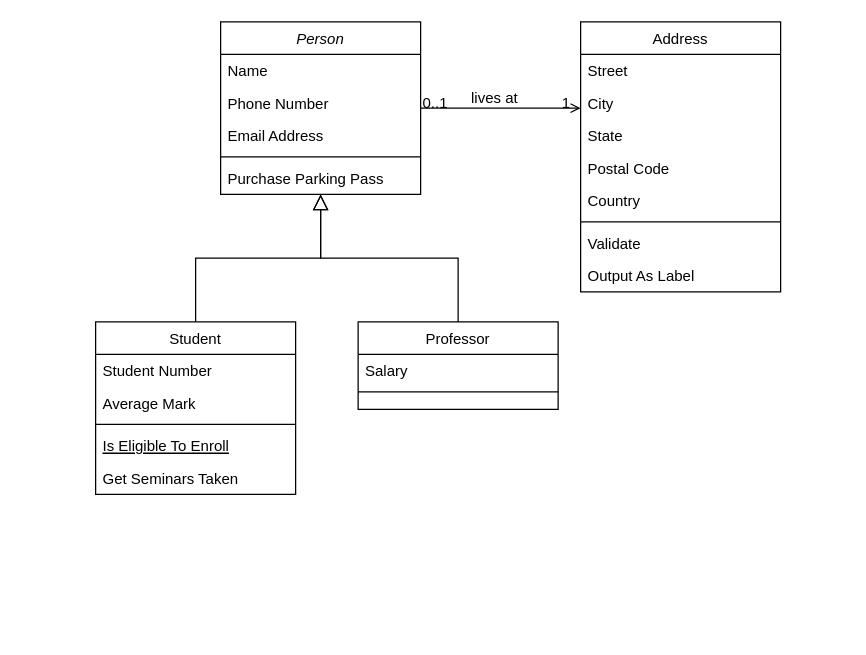
This is 제목 없는 다이어그램.drawio from pragma5501/ATM, a draw.io file, before an edit. Source tidied: cells renumbered, new cells numbered last; positions are measured from the earlier drawing's top-left corner, leaving out a move shared by most shapes. Both pictures are drawn from the tidied source at 125%, with x=0, y=0 at pixel (95, 21).
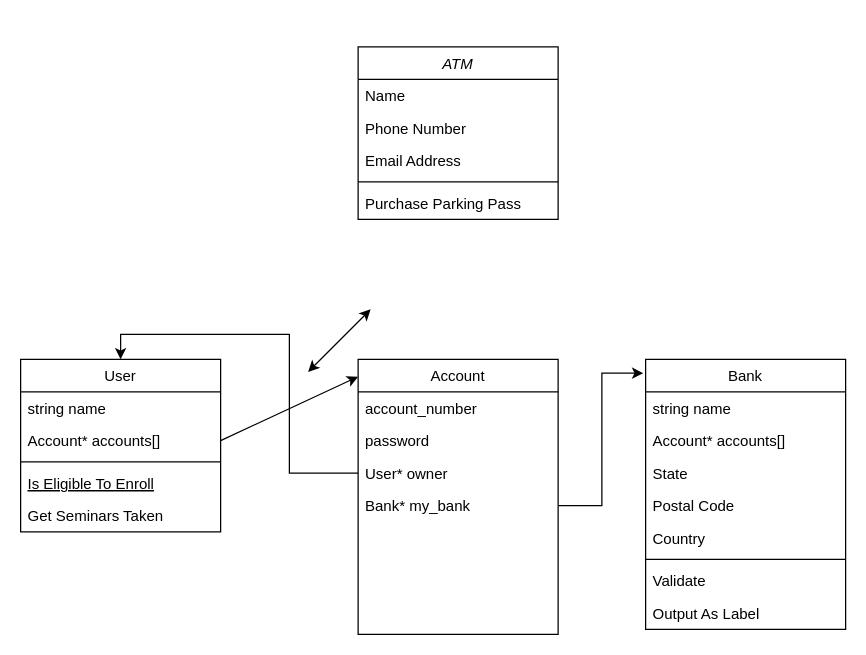
After the change.

Commit message:
ATM_class_diagram

Diff of the diagram source:
```diff
@@
-    <mxCell id="2" value="Person" style="swimlane;fontStyle=2;align=center;verticalAlign=top;horizontal=1;startSize=26;rounded=0;shadow=0;strokeWidth=1;" parent="1" vertex="1">
-      <mxGeometry x="100" width="160" height="138" as="geometry" />
+    <mxCell id="2" value="ATM" style="swimlane;fontStyle=2;align=center;verticalAlign=top;horizontal=1;startSize=26;rounded=0;shadow=0;strokeWidth=1;" parent="1" vertex="1">
+      <mxGeometry x="210" y="20" width="160" height="138" as="geometry" />
     </mxCell>
@@
-    <mxCell id="8" value="Student" style="swimlane;fontStyle=0;align=center;verticalAlign=top;horizontal=1;startSize=26;rounded=0;shadow=0;strokeWidth=1;" parent="1" vertex="1">
-      <mxGeometry y="240" width="160" height="138" as="geometry" />
+    <mxCell id="8" value="User" style="swimlane;fontStyle=0;align=center;verticalAlign=top;horizontal=1;startSize=26;rounded=0;shadow=0;strokeWidth=1;" parent="1" vertex="1">
+      <mxGeometry x="-60" y="270" width="160" height="138" as="geometry" />
     </mxCell>
-    <mxCell id="9" value="Student Number" style="text;align=left;verticalAlign=top;spacingLeft=4;spacingRight=4;overflow=hidden;" parent="8" vertex="1">
+    <mxCell id="9" value="string name" style="text;align=left;verticalAlign=top;spacingLeft=4;spacingRight=4;overflow=hidden;" parent="8" vertex="1">
       <mxGeometry y="26" width="160" height="26" as="geometry" />
     </mxCell>
-    <mxCell id="10" value="Average Mark" style="text;align=left;verticalAlign=top;spacingLeft=4;spacingRight=4;overflow=hidden;points=[[0,0.5],[1,0.5]];portConstraint=eastwest;rounded=0;shadow=0;html=0;" parent="8" vertex="1">
+    <mxCell id="10" value="Account* accounts[]" style="text;align=left;verticalAlign=top;spacingLeft=4;spacingRight=4;overflow=hidden;points=[[0,0.5],[1,0.5]];portConstraint=eastwest;rounded=0;shadow=0;html=0;" parent="8" vertex="1">
       <mxGeometry y="52" width="160" height="26" as="geometry" />
     </mxCell>
@@
-    <mxCell id="14" style="endArrow=block;endSize=10;endFill=0;shadow=0;strokeWidth=1;rounded=0;edgeStyle=elbowEdgeStyle;elbow=vertical;" parent="1" edge="1" source="8" target="2">
-      <mxGeometry relative="1" as="geometry" />
-    </mxCell>
-    <mxCell id="15" value="Professor" style="swimlane;fontStyle=0;align=center;verticalAlign=top;horizontal=1;startSize=26;rounded=0;shadow=0;strokeWidth=1;" parent="1" vertex="1">
-      <mxGeometry x="210" y="240" width="160" height="70" as="geometry" />
+    <mxCell id="15" value="Account" style="swimlane;fontStyle=0;align=center;verticalAlign=top;horizontal=1;startSize=26;rounded=0;shadow=0;strokeWidth=1;" parent="1" vertex="1">
+      <mxGeometry x="210" y="270" width="160" height="220" as="geometry" />
     </mxCell>
-    <mxCell id="16" value="Salary" style="text;align=left;verticalAlign=top;spacingLeft=4;spacingRight=4;overflow=hidden;" parent="15" vertex="1">
+    <mxCell id="16" value="account_number&#10;" style="text;align=left;verticalAlign=top;spacingLeft=4;spacingRight=4;overflow=hidden;" parent="15" vertex="1">
       <mxGeometry y="26" width="160" height="26" as="geometry" />
     </mxCell>
-    <mxCell id="17" style="line;html=1;strokeWidth=1;align=left;verticalAlign=middle;spacingTop=-1;spacingLeft=3;spacingRight=3;labelPosition=right;" parent="15" vertex="1">
-      <mxGeometry y="52" width="160" height="8" as="geometry" />
-    </mxCell>
-    <mxCell id="18" style="endArrow=block;endSize=10;endFill=0;shadow=0;strokeWidth=1;rounded=0;edgeStyle=elbowEdgeStyle;elbow=vertical;" parent="1" edge="1" source="15" target="2">
-      <mxGeometry relative="1" as="geometry" />
-    </mxCell>
+    <mxCell id="32" value="password" style="text;align=left;verticalAlign=top;spacingLeft=4;spacingRight=4;overflow=hidden;" parent="15" vertex="1">
+      <mxGeometry y="52" width="160" height="26" as="geometry" />
+    </mxCell>
+    <mxCell id="33" value="User* owner&#10;" style="text;align=left;verticalAlign=top;spacingLeft=4;spacingRight=4;overflow=hidden;points=[[0,0.5],[1,0.5]];portConstraint=eastwest;" parent="15" vertex="1">
+      <mxGeometry y="78" width="160" height="26" as="geometry" />
+    </mxCell>
+    <mxCell id="34" value="Bank* my_bank" style="text;align=left;verticalAlign=top;spacingLeft=4;spacingRight=4;overflow=hidden;points=[[0,0.5],[1,0.5]];portConstraint=eastwest;" parent="15" vertex="1">
+      <mxGeometry y="104" width="160" height="26" as="geometry" />
+    </mxCell>
-    <mxCell id="19" value="Address" style="swimlane;fontStyle=0;align=center;verticalAlign=top;horizontal=1;startSize=26;rounded=0;shadow=0;strokeWidth=1;" parent="1" vertex="1">
-      <mxGeometry x="388" width="160" height="216" as="geometry" />
+    <mxCell id="19" value="Bank" style="swimlane;fontStyle=0;align=center;verticalAlign=top;horizontal=1;startSize=26;rounded=0;shadow=0;strokeWidth=1;" parent="1" vertex="1">
+      <mxGeometry x="440" y="270" width="160" height="216" as="geometry" />
     </mxCell>
-    <mxCell id="20" value="Street" style="text;align=left;verticalAlign=top;spacingLeft=4;spacingRight=4;overflow=hidden;" parent="19" vertex="1">
+    <mxCell id="20" value="string name" style="text;align=left;verticalAlign=top;spacingLeft=4;spacingRight=4;overflow=hidden;" parent="19" vertex="1">
       <mxGeometry y="26" width="160" height="26" as="geometry" />
     </mxCell>
-    <mxCell id="21" value="City" style="text;align=left;verticalAlign=top;spacingLeft=4;spacingRight=4;overflow=hidden;rounded=0;shadow=0;html=0;" parent="19" vertex="1">
+    <mxCell id="21" value="Account* accounts[]" style="text;align=left;verticalAlign=top;spacingLeft=4;spacingRight=4;overflow=hidden;rounded=0;shadow=0;html=0;" parent="19" vertex="1">
       <mxGeometry y="52" width="160" height="26" as="geometry" />
     </mxCell>
@@
-    <mxCell id="28" style="endArrow=open;shadow=0;strokeWidth=1;rounded=0;endFill=1;edgeStyle=elbowEdgeStyle;elbow=vertical;" parent="1" edge="1" source="2" target="19">
-      <mxGeometry x="0.5" y="41" relative="1" as="geometry">
-        <mxPoint x="-40" y="32" as="offset" />
-      </mxGeometry>
-    </mxCell>
-    <mxCell id="29" value="0..1" style="align=left;verticalAlign=bottom;labelBackgroundColor=none;fontSize=12;" parent="28" vertex="1">
-      <mxGeometry x="-1" relative="1" as="geometry">
-        <mxPoint y="4" as="offset" />
-      </mxGeometry>
-    </mxCell>
-    <mxCell id="30" value="1" style="align=right;verticalAlign=bottom;labelBackgroundColor=none;fontSize=12;" parent="28" vertex="1">
-      <mxGeometry x="1" relative="1" as="geometry">
-        <mxPoint x="-7" y="4" as="offset" />
-      </mxGeometry>
-    </mxCell>
-    <mxCell id="31" value="lives at" style="text;html=1;align=center;verticalAlign=middle;labelBackgroundColor=none;rounded=0;shadow=0;strokeWidth=1;fontSize=12;" parent="28" vertex="1">
-      <mxGeometry x="0.5" y="49" relative="1" as="geometry">
-        <mxPoint x="-38" y="40" as="offset" />
-      </mxGeometry>
-    </mxCell>
+    <mxCell id="35" style="endArrow=classic;html=1;rounded=0;entryX=0;entryY=0.063;entryDx=0;entryDy=0;exitX=1;exitY=0.5;exitDx=0;exitDy=0;entryPerimeter=0;" parent="1" edge="1" source="10" target="15">
+      <mxGeometry relative="1" as="geometry" />
+    </mxCell>
+    <mxCell id="36" style="edgeStyle=orthogonalEdgeStyle;rounded=0;jettySize=auto;html=1;exitX=0;exitY=0.5;exitDx=0;exitDy=0;entryX=0.5;entryY=0;entryDx=0;entryDy=0;" parent="1" edge="1" source="33" target="8">
+      <mxGeometry relative="1" as="geometry" />
+    </mxCell>
+    <mxCell id="37" style="endArrow=classic;startArrow=classic;html=1;rounded=0;" parent="1" edge="1">
+      <mxGeometry relative="1" as="geometry">
+        <mxPoint x="170" y="280" as="sourcePoint" />
+        <mxPoint x="220" y="230" as="targetPoint" />
+      </mxGeometry>
+    </mxCell>
+    <mxCell id="38" style="edgeStyle=orthogonalEdgeStyle;rounded=0;jettySize=auto;html=1;exitX=1;exitY=0.5;exitDx=0;exitDy=0;entryX=-0.012;entryY=0.051;entryDx=0;entryDy=0;entryPerimeter=0;" parent="1" edge="1" source="34" target="19">
+      <mxGeometry relative="1" as="geometry" />
+    </mxCell>
```
